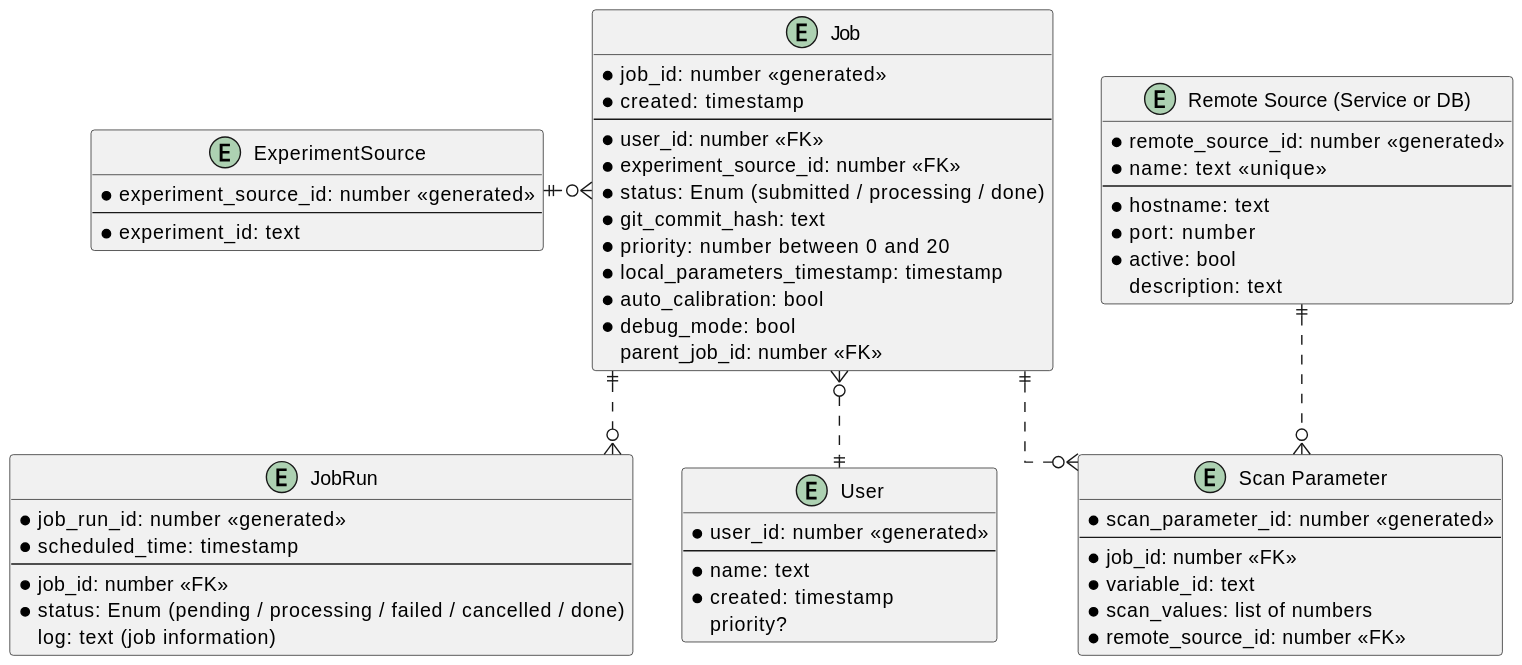
Above: docs/plantuml_diagrams/sqlite_ER.svg in tiqi-group/icon (PlantUML), before the change.
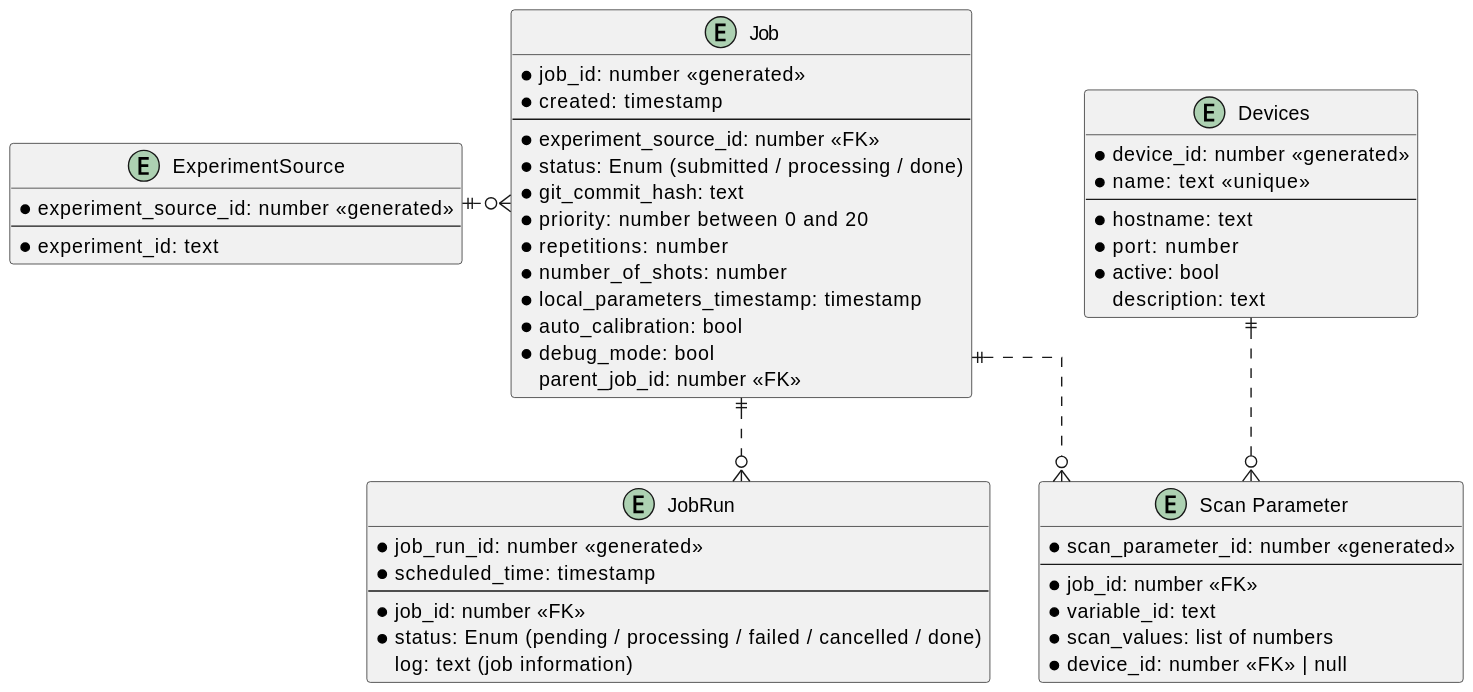
The same file after the commit.

Commit message:
docs: renaming remote sources to devices

The edit, as a diff of the source:
```diff
@@ -11,11 +11,12 @@
     *job_id: number <<generated>>
     *created: timestamp
     ---
-    *user_id: number <<FK>>
     *experiment_source_id: number <<FK>>
     *status: Enum (submitted / processing / done)
     *git_commit_hash: text
     *priority: number between 0 and 20
+    *repetitions: number
+    *number_of_shots: number
     *local_parameters_timestamp: timestamp
     *auto_calibration: bool
     *debug_mode: bool
@@ -31,13 +32,6 @@
     log: text (job information)
 }
 
-entity "User" as user {
-    *user_id: number <<generated>>
-    --
-    *name: text
-    *created: timestamp
-    priority?
-}
 
 entity "Scan Parameter" as scan_param {
     *scan_parameter_id: number <<generated>>
@@ -45,11 +39,11 @@
     *job_id: number <<FK>>
     *variable_id: text
     *scan_values: list of numbers
-    *remote_source_id: number <<FK>>
+    *device_id: number <<FK>> | null
 }
 
-entity "Remote Source (Service or DB)" as remote {
-    *remote_source_id: number <<generated>>
+entity "Devices" as devices {
+    *device_id: number <<generated>>
     *name: text  <<unique>>
     --
     *hostname: text
@@ -59,9 +53,8 @@
 }
 
 
-job }o..|| user
 job ||..o{ scan_param
 experiment ||.o{ job
 job ||..o{ job_run
-remote ||..o{ scan_param
+devices ||..o{ scan_param
 @enduml
```
